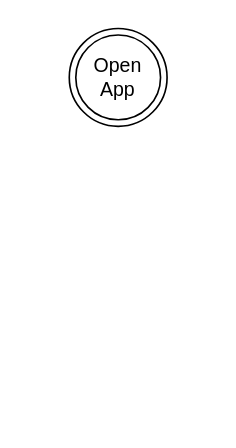
Earlier version of the draw.io diagram flowchart.drawio (benaitcheson/coder-academy-terminal-app). Source tidied: cells renumbered, new cells numbered last; positions are measured from the earlier drawing's top-left corner, leaving out a move shared by most shapes. Both pictures are drawn from the tidied source at 163%, with x=0, y=0 at pixel (68, 28).
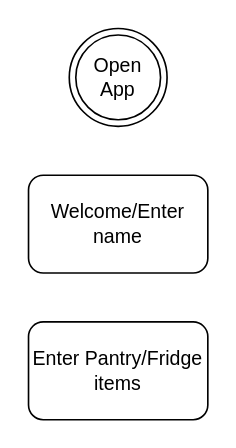
Above is the later version.

What changed in the source:
```diff
@@
 <mxGraphModel>
   <root>
     <mxCell id="0" />
     <mxCell id="1" parent="0" />
     <mxCell id="2" value="Open&lt;br&gt;App" style="ellipse;shape=doubleEllipse;whiteSpace=wrap;html=1;" parent="1" vertex="1">
       <mxGeometry width="60" height="60" as="geometry" />
     </mxCell>
+    <mxCell id="3" value="Welcome/Enter name" style="rounded=1;whiteSpace=wrap;html=1;" parent="1" vertex="1">
+      <mxGeometry x="-25" y="90" width="110" height="60" as="geometry" />
+    </mxCell>
+    <mxCell id="4" value="Enter Pantry/Fridge items" style="rounded=1;whiteSpace=wrap;html=1;" parent="1" vertex="1">
+      <mxGeometry x="-25" y="180" width="110" height="60" as="geometry" />
+    </mxCell>
   </root>
 </mxGraphModel>
```
